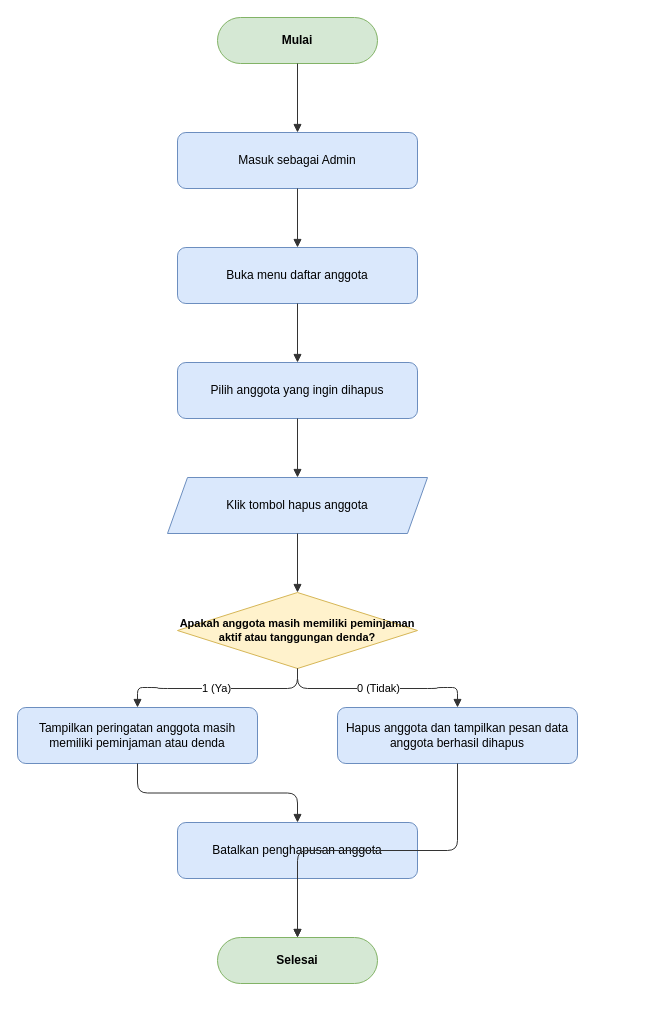
Above: docs/diagrams/flowchart/flowchart-deleteuser.drawio in dimstyle/ruang-baca (draw.io), before the change. Source tidied: cells renumbered, new cells numbered last; positions are measured from the earlier drawing's top-left corner, leaving out a move shared by most shapes. Both pictures are drawn from the tidied source at 100%, with x=0, y=0 at pixel (17, 17).
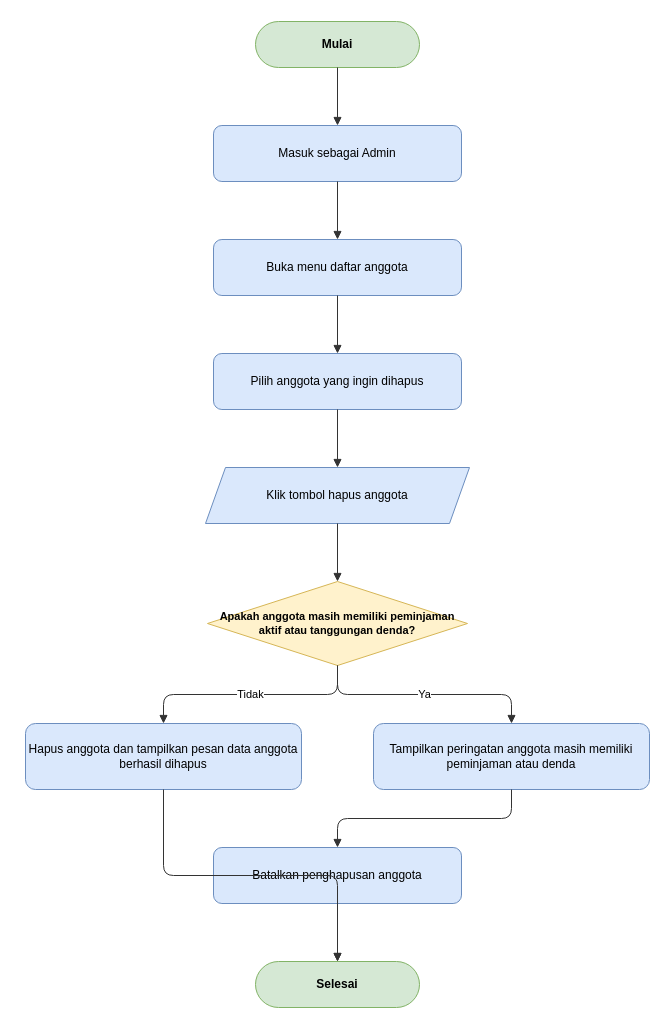
After the change.

What changed in the source:
```diff
@@
     <mxCell id="2" value="Mulai" style="rounded=1;whiteSpace=wrap;html=1;arcSize=50;fillColor=#d5e8d4;strokeColor=#82b366;fontStyle=1;fontSize=12;" parent="1" vertex="1">
-      <mxGeometry x="200" width="160" height="46" as="geometry" />
+      <mxGeometry x="238" y="4" width="164" height="46" as="geometry" />
     </mxCell>
     <mxCell id="3" value="Masuk sebagai Admin" style="rounded=1;whiteSpace=wrap;html=1;fillColor=#dae8fc;strokeColor=#6c8ebf;fontSize=12;" parent="1" vertex="1">
-      <mxGeometry x="160" y="115" width="240" height="56" as="geometry" />
+      <mxGeometry x="196" y="108" width="248" height="56" as="geometry" />
     </mxCell>
     <mxCell id="4" value="Buka menu daftar anggota" style="rounded=1;whiteSpace=wrap;html=1;fillColor=#dae8fc;strokeColor=#6c8ebf;fontSize=12;" parent="1" vertex="1">
-      <mxGeometry x="160" y="230" width="240" height="56" as="geometry" />
+      <mxGeometry x="196" y="222" width="248" height="56" as="geometry" />
     </mxCell>
     <mxCell id="5" value="Pilih anggota yang ingin dihapus" style="rounded=1;whiteSpace=wrap;html=1;fillColor=#dae8fc;strokeColor=#6c8ebf;fontSize=12;" parent="1" vertex="1">
-      <mxGeometry x="160" y="345" width="240" height="56" as="geometry" />
+      <mxGeometry x="196" y="336" width="248" height="56" as="geometry" />
     </mxCell>
     <mxCell id="6" value="Klik tombol hapus anggota" style="shape=parallelogram;perimeter=parallelogramPerimeter;whiteSpace=wrap;html=1;fixedSize=1;fillColor=#dae8fc;strokeColor=#6c8ebf;fontSize=12;" parent="1" vertex="1">
-      <mxGeometry x="150" y="460" width="260" height="56" as="geometry" />
+      <mxGeometry x="188" y="450" width="264" height="56" as="geometry" />
     </mxCell>
     <mxCell id="7" value="Apakah anggota masih memiliki peminjaman aktif atau tanggungan denda?" style="rhombus;whiteSpace=wrap;html=1;fillColor=#fff2cc;strokeColor=#d6b656;fontStyle=1;fontSize=11;" parent="1" vertex="1">
-      <mxGeometry x="160" y="575" width="240" height="76" as="geometry" />
+      <mxGeometry x="190" y="564" width="260" height="84" as="geometry" />
     </mxCell>
+    <mxCell id="9" value="Hapus anggota dan tampilkan pesan data anggota berhasil dihapus" style="rounded=1;whiteSpace=wrap;html=1;fillColor=#dae8fc;strokeColor=#6c8ebf;fontSize=12;" parent="1" vertex="1">
+      <mxGeometry x="8" y="706" width="276" height="66" as="geometry" />
+    </mxCell>
     <mxCell id="8" value="Tampilkan peringatan anggota masih memiliki peminjaman atau denda" style="rounded=1;whiteSpace=wrap;html=1;fillColor=#dae8fc;strokeColor=#6c8ebf;fontSize=12;" parent="1" vertex="1">
-      <mxGeometry y="690" width="240" height="56" as="geometry" />
+      <mxGeometry x="356" y="706" width="276" height="66" as="geometry" />
     </mxCell>
-    <mxCell id="9" value="Hapus anggota dan tampilkan pesan data anggota berhasil dihapus" style="rounded=1;whiteSpace=wrap;html=1;fillColor=#dae8fc;strokeColor=#6c8ebf;fontSize=12;" parent="1" vertex="1">
-      <mxGeometry x="320" y="690" width="240" height="56" as="geometry" />
-    </mxCell>
     <mxCell id="10" value="Batalkan penghapusan anggota" style="rounded=1;whiteSpace=wrap;html=1;fillColor=#dae8fc;strokeColor=#6c8ebf;fontSize=12;" parent="1" vertex="1">
-      <mxGeometry x="160" y="805" width="240" height="56" as="geometry" />
+      <mxGeometry x="196" y="830" width="248" height="56" as="geometry" />
     </mxCell>
     <mxCell id="11" value="Selesai" style="rounded=1;whiteSpace=wrap;html=1;arcSize=50;fillColor=#d5e8d4;strokeColor=#82b366;fontStyle=1;fontSize=12;" parent="1" vertex="1">
-      <mxGeometry x="200" y="920" width="160" height="46" as="geometry" />
+      <mxGeometry x="238" y="944" width="164" height="46" as="geometry" />
     </mxCell>
@@
-    <mxCell id="17" value="1 (Ya)" style="edgeStyle=orthogonalEdgeStyle;rounded=1;jettySize=auto;html=1;endArrow=block;endFill=1;strokeColor=#333333;fontSize=11;labelBackgroundColor=#ffffff;" parent="1" edge="1" source="7" target="8">
+    <mxCell id="17" value="Ya" style="edgeStyle=orthogonalEdgeStyle;rounded=1;jettySize=auto;html=1;endArrow=block;endFill=1;strokeColor=#333333;fontSize=11;labelBackgroundColor=#ffffff;" parent="1" edge="1" source="7" target="8">
       <mxGeometry relative="1" as="geometry" />
     </mxCell>
@@
-    <mxCell id="20" value="0 (Tidak)" style="edgeStyle=orthogonalEdgeStyle;rounded=1;jettySize=auto;html=1;endArrow=block;endFill=1;strokeColor=#333333;fontSize=11;labelBackgroundColor=#ffffff;" parent="1" edge="1" source="7" target="9">
+    <mxCell id="20" value="Tidak" style="edgeStyle=orthogonalEdgeStyle;rounded=1;jettySize=auto;html=1;endArrow=block;endFill=1;strokeColor=#333333;fontSize=11;labelBackgroundColor=#ffffff;" parent="1" edge="1" source="7" target="9">
       <mxGeometry relative="1" as="geometry" />
     </mxCell>
```
